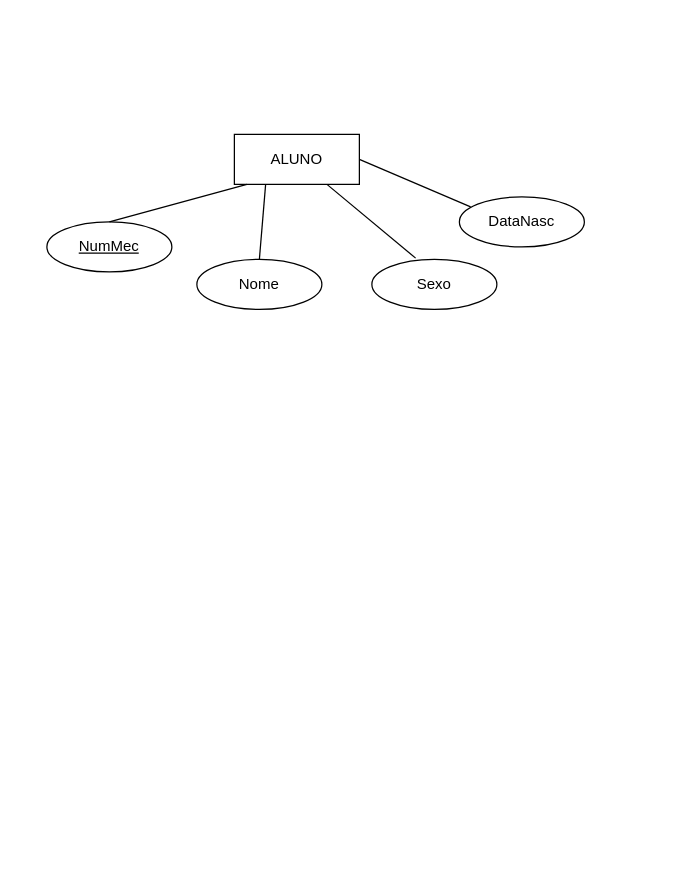
Earlier version of the draw.io diagram diagrama escolar.drawio (inescampos25/diagramaescolar). Source tidied: cells renumbered, new cells numbered last; positions are measured from the earlier drawing's top-left corner, leaving out a move shared by most shapes. Both pictures are drawn from the tidied source at 125%, with x=0, y=0 at pixel (46, 134).
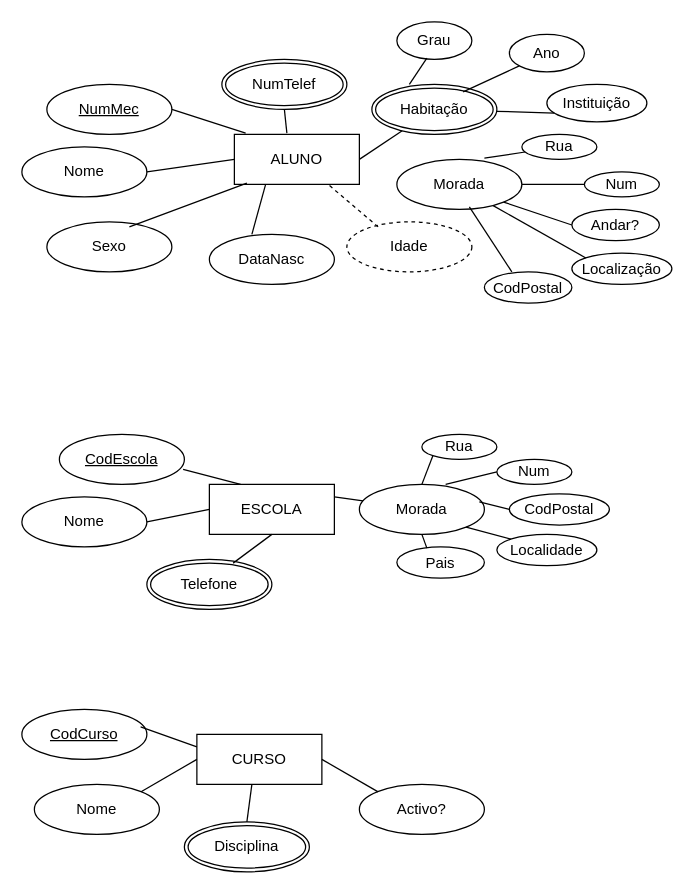
Above is the later version.

Unchanged cells that the change refers to:
```xml
<mxCell id="2" value="ALUNO" style="whiteSpace=wrap;html=1;align=center;" parent="1" vertex="1">
  <mxGeometry x="150" width="100" height="40" as="geometry" />
</mxCell>
```

Diff of the diagram source:
```diff
@@
     <mxCell id="3" value="Nome" style="ellipse;whiteSpace=wrap;html=1;align=center;" parent="1" vertex="1">
-      <mxGeometry x="120" y="100" width="100" height="40" as="geometry" />
+      <mxGeometry x="-20" y="10" width="100" height="40" as="geometry" />
     </mxCell>
     <mxCell id="4" value="NumMec" style="ellipse;whiteSpace=wrap;html=1;align=center;fontStyle=4;" parent="1" vertex="1">
-      <mxGeometry y="70" width="100" height="40" as="geometry" />
+      <mxGeometry y="-40" width="100" height="40" as="geometry" />
     </mxCell>
     <mxCell id="5" value="Sexo" style="ellipse;whiteSpace=wrap;html=1;align=center;" parent="1" vertex="1">
-      <mxGeometry x="260" y="100" width="100" height="40" as="geometry" />
+      <mxGeometry y="70" width="100" height="40" as="geometry" />
     </mxCell>
     <mxCell id="6" value="DataNasc" style="ellipse;whiteSpace=wrap;html=1;align=center;" parent="1" vertex="1">
-      <mxGeometry x="330" y="50" width="100" height="40" as="geometry" />
+      <mxGeometry x="130" y="80" width="100" height="40" as="geometry" />
     </mxCell>
-    <mxCell id="7" style="endArrow=none;html=1;rounded=0;entryX=0.25;entryY=1;entryDx=0;entryDy=0;exitX=0.5;exitY=0;exitDx=0;exitDy=0;" parent="1" edge="1" source="3" target="2">
+    <mxCell id="7" style="endArrow=none;html=1;rounded=0;entryX=0;entryY=0.5;entryDx=0;entryDy=0;exitX=1;exitY=0.5;exitDx=0;exitDy=0;" parent="1" edge="1" source="3" target="2">
       <mxGeometry relative="1" as="geometry" />
     </mxCell>
-    <mxCell id="8" style="endArrow=none;html=1;rounded=0;exitX=0.35;exitY=-0.025;exitDx=0;exitDy=0;exitPerimeter=0;" parent="1" edge="1" source="5" target="2">
+    <mxCell id="8" style="endArrow=none;html=1;rounded=0;exitX=0.66;exitY=0.1;exitDx=0;exitDy=0;exitPerimeter=0;entryX=0.1;entryY=0.975;entryDx=0;entryDy=0;entryPerimeter=0;" parent="1" edge="1" source="5" target="2">
       <mxGeometry relative="1" as="geometry" />
     </mxCell>
-    <mxCell id="9" style="endArrow=none;html=1;rounded=0;exitX=0.09;exitY=0.2;exitDx=0;exitDy=0;exitPerimeter=0;entryX=1;entryY=0.5;entryDx=0;entryDy=0;" parent="1" edge="1" source="6" target="2">
+    <mxCell id="9" style="endArrow=none;html=1;rounded=0;exitX=0.34;exitY=0;exitDx=0;exitDy=0;exitPerimeter=0;entryX=0.25;entryY=1;entryDx=0;entryDy=0;" parent="1" edge="1" source="6" target="2">
       <mxGeometry relative="1" as="geometry" />
     </mxCell>
-    <mxCell id="10" style="endArrow=none;html=1;rounded=0;entryX=0.1;entryY=1;entryDx=0;entryDy=0;entryPerimeter=0;exitX=0.5;exitY=0;exitDx=0;exitDy=0;" parent="1" edge="1" source="4" target="2">
+    <mxCell id="10" style="endArrow=none;html=1;rounded=0;entryX=0.09;entryY=-0.025;entryDx=0;entryDy=0;entryPerimeter=0;exitX=1;exitY=0.5;exitDx=0;exitDy=0;" parent="1" edge="1" source="4" target="2">
       <mxGeometry relative="1" as="geometry" />
     </mxCell>
+    <mxCell id="11" value="Idade" style="ellipse;whiteSpace=wrap;html=1;align=center;dashed=1;" parent="1" vertex="1">
+      <mxGeometry x="240" y="70" width="100" height="40" as="geometry" />
+    </mxCell>
+    <mxCell id="12" style="endArrow=none;html=1;rounded=0;exitX=0.25;exitY=0.1;exitDx=0;exitDy=0;exitPerimeter=0;entryX=0.75;entryY=1;entryDx=0;entryDy=0;dashed=1;" parent="1" edge="1" source="11" target="2">
+      <mxGeometry relative="1" as="geometry" />
+    </mxCell>
+    <mxCell id="13" value="NumTelef" style="ellipse;shape=doubleEllipse;margin=3;whiteSpace=wrap;html=1;align=center;" parent="1" vertex="1">
+      <mxGeometry x="140" y="-60" width="100" height="40" as="geometry" />
+    </mxCell>
+    <mxCell id="14" style="endArrow=none;html=1;rounded=0;entryX=0.42;entryY=-0.025;entryDx=0;entryDy=0;entryPerimeter=0;exitX=0.5;exitY=1;exitDx=0;exitDy=0;" parent="1" edge="1" source="13" target="2">
+      <mxGeometry relative="1" as="geometry" />
+    </mxCell>
+    <mxCell id="15" value="Habitação" style="ellipse;shape=doubleEllipse;margin=3;whiteSpace=wrap;html=1;align=center;" parent="1" vertex="1">
+      <mxGeometry x="260" y="-40" width="100" height="40" as="geometry" />
+    </mxCell>
+    <mxCell id="16" value="Grau" style="ellipse;whiteSpace=wrap;html=1;align=center;" parent="1" vertex="1">
+      <mxGeometry x="280" y="-90" width="60" height="30" as="geometry" />
+    </mxCell>
+    <mxCell id="17" value="Ano" style="ellipse;whiteSpace=wrap;html=1;align=center;" parent="1" vertex="1">
+      <mxGeometry x="370" y="-80" width="60" height="30" as="geometry" />
+    </mxCell>
+    <mxCell id="18" value="Instituição" style="ellipse;whiteSpace=wrap;html=1;align=center;" parent="1" vertex="1">
+      <mxGeometry x="400" y="-40" width="80" height="30" as="geometry" />
+    </mxCell>
+    <mxCell id="19" style="endArrow=none;html=1;rounded=0;exitX=1;exitY=0.5;exitDx=0;exitDy=0;" parent="1" edge="1" source="2" target="15">
+      <mxGeometry relative="1" as="geometry" />
+    </mxCell>
+    <mxCell id="20" style="endArrow=none;html=1;rounded=0;exitX=0.3;exitY=0;exitDx=0;exitDy=0;entryX=0.4;entryY=0.967;entryDx=0;entryDy=0;entryPerimeter=0;exitPerimeter=0;" parent="1" edge="1" source="15" target="16">
+      <mxGeometry relative="1" as="geometry" />
+    </mxCell>
+    <mxCell id="21" style="endArrow=none;html=1;rounded=0;exitX=0.73;exitY=0.15;exitDx=0;exitDy=0;exitPerimeter=0;" parent="1" edge="1" source="15" target="17">
+      <mxGeometry relative="1" as="geometry" />
+    </mxCell>
+    <mxCell id="22" style="endArrow=none;html=1;rounded=0;entryX=0.075;entryY=0.767;entryDx=0;entryDy=0;entryPerimeter=0;" parent="1" edge="1" source="15" target="18">
+      <mxGeometry relative="1" as="geometry" />
+    </mxCell>
+    <mxCell id="23" value="Morada" style="ellipse;whiteSpace=wrap;html=1;align=center;" parent="1" vertex="1">
+      <mxGeometry x="280" y="20" width="100" height="40" as="geometry" />
+    </mxCell>
+    <mxCell id="24" value="Rua" style="ellipse;whiteSpace=wrap;html=1;align=center;" parent="1" vertex="1">
+      <mxGeometry x="380" width="60" height="20" as="geometry" />
+    </mxCell>
+    <mxCell id="25" value="Num" style="ellipse;whiteSpace=wrap;html=1;align=center;" parent="1" vertex="1">
+      <mxGeometry x="430" y="30" width="60" height="20" as="geometry" />
+    </mxCell>
+    <mxCell id="26" value="Andar?" style="ellipse;whiteSpace=wrap;html=1;align=center;" parent="1" vertex="1">
+      <mxGeometry x="420" y="60" width="70" height="25" as="geometry" />
+    </mxCell>
+    <mxCell id="27" style="endArrow=none;html=1;rounded=0;exitX=0.7;exitY=-0.025;exitDx=0;exitDy=0;exitPerimeter=0;" parent="1" edge="1" source="23" target="24">
+      <mxGeometry relative="1" as="geometry" />
+    </mxCell>
+    <mxCell id="28" style="endArrow=none;html=1;rounded=0;entryX=0;entryY=0.5;entryDx=0;entryDy=0;exitX=1;exitY=0.5;exitDx=0;exitDy=0;" parent="1" edge="1" source="23" target="25">
+      <mxGeometry relative="1" as="geometry" />
+    </mxCell>
+    <mxCell id="29" style="endArrow=none;html=1;rounded=0;entryX=0;entryY=0.5;entryDx=0;entryDy=0;exitX=1;exitY=1;exitDx=0;exitDy=0;" parent="1" edge="1" source="23" target="26">
+      <mxGeometry relative="1" as="geometry" />
+    </mxCell>
+    <mxCell id="30" value="Localização" style="ellipse;whiteSpace=wrap;html=1;align=center;" parent="1" vertex="1">
+      <mxGeometry x="420" y="95" width="80" height="25" as="geometry" />
+    </mxCell>
+    <mxCell id="31" value="CodPostal" style="ellipse;whiteSpace=wrap;html=1;align=center;" parent="1" vertex="1">
+      <mxGeometry x="350" y="110" width="70" height="25" as="geometry" />
+    </mxCell>
+    <mxCell id="32" style="endArrow=none;html=1;rounded=0;entryX=0;entryY=0;entryDx=0;entryDy=0;exitX=0.77;exitY=0.925;exitDx=0;exitDy=0;exitPerimeter=0;" parent="1" edge="1" source="23" target="30">
+      <mxGeometry relative="1" as="geometry" />
+    </mxCell>
+    <mxCell id="33" style="endArrow=none;html=1;rounded=0;entryX=0.314;entryY=0;entryDx=0;entryDy=0;exitX=0.58;exitY=0.95;exitDx=0;exitDy=0;exitPerimeter=0;entryPerimeter=0;" parent="1" edge="1" source="23" target="31">
+      <mxGeometry relative="1" as="geometry" />
+    </mxCell>
+    <mxCell id="34" value="ESCOLA" style="whiteSpace=wrap;html=1;align=center;" parent="1" vertex="1">
+      <mxGeometry x="130" y="280" width="100" height="40" as="geometry" />
+    </mxCell>
+    <mxCell id="35" value="CodEscola" style="ellipse;whiteSpace=wrap;html=1;align=center;fontStyle=4;" parent="1" vertex="1">
+      <mxGeometry x="10" y="240" width="100" height="40" as="geometry" />
+    </mxCell>
+    <mxCell id="36" value="Nome" style="ellipse;whiteSpace=wrap;html=1;align=center;" parent="1" vertex="1">
+      <mxGeometry x="-20" y="290" width="100" height="40" as="geometry" />
+    </mxCell>
+    <mxCell id="37" value="Telefone" style="ellipse;shape=doubleEllipse;margin=3;whiteSpace=wrap;html=1;align=center;" parent="1" vertex="1">
+      <mxGeometry x="80" y="340" width="100" height="40" as="geometry" />
+    </mxCell>
+    <mxCell id="38" value="Morada" style="ellipse;whiteSpace=wrap;html=1;align=center;" parent="1" vertex="1">
+      <mxGeometry x="250" y="280" width="100" height="40" as="geometry" />
+    </mxCell>
+    <mxCell id="39" value="Rua" style="ellipse;whiteSpace=wrap;html=1;align=center;" parent="1" vertex="1">
+      <mxGeometry x="300" y="240" width="60" height="20" as="geometry" />
+    </mxCell>
+    <mxCell id="40" value="Num" style="ellipse;whiteSpace=wrap;html=1;align=center;" parent="1" vertex="1">
+      <mxGeometry x="360" y="260" width="60" height="20" as="geometry" />
+    </mxCell>
+    <mxCell id="41" value="CodPostal" style="ellipse;whiteSpace=wrap;html=1;align=center;" parent="1" vertex="1">
+      <mxGeometry x="370" y="287.5" width="80" height="25" as="geometry" />
+    </mxCell>
+    <mxCell id="42" value="Localidade" style="ellipse;whiteSpace=wrap;html=1;align=center;" parent="1" vertex="1">
+      <mxGeometry x="360" y="320" width="80" height="25" as="geometry" />
+    </mxCell>
+    <mxCell id="43" value="Pais" style="ellipse;whiteSpace=wrap;html=1;align=center;" parent="1" vertex="1">
+      <mxGeometry x="280" y="330" width="70" height="25" as="geometry" />
+    </mxCell>
+    <mxCell id="44" value="CURSO" style="whiteSpace=wrap;html=1;align=center;" parent="1" vertex="1">
+      <mxGeometry x="120" y="480" width="100" height="40" as="geometry" />
+    </mxCell>
+    <mxCell id="45" value="CodCurso" style="ellipse;whiteSpace=wrap;html=1;align=center;fontStyle=4;" parent="1" vertex="1">
+      <mxGeometry x="-20" y="460" width="100" height="40" as="geometry" />
+    </mxCell>
+    <mxCell id="46" value="Nome" style="ellipse;whiteSpace=wrap;html=1;align=center;" parent="1" vertex="1">
+      <mxGeometry x="-10" y="520" width="100" height="40" as="geometry" />
+    </mxCell>
+    <mxCell id="47" value="Disciplina" style="ellipse;shape=doubleEllipse;margin=3;whiteSpace=wrap;html=1;align=center;" parent="1" vertex="1">
+      <mxGeometry x="110" y="550" width="100" height="40" as="geometry" />
+    </mxCell>
+    <mxCell id="48" value="Activo?" style="ellipse;whiteSpace=wrap;html=1;align=center;" parent="1" vertex="1">
+      <mxGeometry x="250" y="520" width="100" height="40" as="geometry" />
+    </mxCell>
+    <mxCell id="49" style="endArrow=none;html=1;rounded=0;entryX=0.25;entryY=0;entryDx=0;entryDy=0;exitX=0.99;exitY=0.7;exitDx=0;exitDy=0;exitPerimeter=0;" parent="1" edge="1" source="35" target="34">
+      <mxGeometry relative="1" as="geometry" />
+    </mxCell>
+    <mxCell id="50" style="endArrow=none;html=1;rounded=0;exitX=1;exitY=0.25;exitDx=0;exitDy=0;" parent="1" edge="1" source="34" target="38">
+      <mxGeometry relative="1" as="geometry" />
+    </mxCell>
+    <mxCell id="51" style="endArrow=none;html=1;rounded=0;entryX=0.5;entryY=1;entryDx=0;entryDy=0;exitX=0.69;exitY=0.075;exitDx=0;exitDy=0;exitPerimeter=0;" parent="1" edge="1" source="37" target="34">
+      <mxGeometry relative="1" as="geometry" />
+    </mxCell>
+    <mxCell id="52" style="endArrow=none;html=1;rounded=0;entryX=0;entryY=0.5;entryDx=0;entryDy=0;exitX=1;exitY=0.5;exitDx=0;exitDy=0;" parent="1" edge="1" source="36" target="34">
+      <mxGeometry relative="1" as="geometry" />
+    </mxCell>
+    <mxCell id="53" style="endArrow=none;html=1;rounded=0;exitX=0;exitY=1;exitDx=0;exitDy=0;entryX=0.5;entryY=0;entryDx=0;entryDy=0;" parent="1" edge="1" source="39" target="38">
+      <mxGeometry relative="1" as="geometry" />
+    </mxCell>
+    <mxCell id="54" style="endArrow=none;html=1;rounded=0;exitX=0.5;exitY=1;exitDx=0;exitDy=0;entryX=0.343;entryY=0.04;entryDx=0;entryDy=0;entryPerimeter=0;" parent="1" edge="1" source="38" target="43">
+      <mxGeometry relative="1" as="geometry" />
+    </mxCell>
+    <mxCell id="55" style="endArrow=none;html=1;rounded=0;exitX=0;exitY=0.5;exitDx=0;exitDy=0;entryX=0.69;entryY=0;entryDx=0;entryDy=0;entryPerimeter=0;" parent="1" edge="1" source="40" target="38">
+      <mxGeometry relative="1" as="geometry" />
+    </mxCell>
+    <mxCell id="56" style="endArrow=none;html=1;rounded=0;exitX=0;exitY=0.5;exitDx=0;exitDy=0;entryX=0.96;entryY=0.35;entryDx=0;entryDy=0;entryPerimeter=0;" parent="1" edge="1" source="41" target="38">
+      <mxGeometry relative="1" as="geometry" />
+    </mxCell>
+    <mxCell id="57" style="endArrow=none;html=1;rounded=0;exitX=0;exitY=0;exitDx=0;exitDy=0;entryX=1;entryY=1;entryDx=0;entryDy=0;" parent="1" edge="1" source="42" target="38">
+      <mxGeometry relative="1" as="geometry" />
+    </mxCell>
+    <mxCell id="58" style="endArrow=none;html=1;rounded=0;entryX=0;entryY=0.25;entryDx=0;entryDy=0;exitX=0.95;exitY=0.35;exitDx=0;exitDy=0;exitPerimeter=0;" parent="1" edge="1" source="45" target="44">
+      <mxGeometry relative="1" as="geometry" />
+    </mxCell>
+    <mxCell id="59" style="endArrow=none;html=1;rounded=0;entryX=0;entryY=0.5;entryDx=0;entryDy=0;exitX=1;exitY=0;exitDx=0;exitDy=0;" parent="1" edge="1" source="46" target="44">
+      <mxGeometry relative="1" as="geometry" />
+    </mxCell>
+    <mxCell id="60" style="endArrow=none;html=1;rounded=0;entryX=0.44;entryY=1;entryDx=0;entryDy=0;exitX=0.5;exitY=0;exitDx=0;exitDy=0;entryPerimeter=0;" parent="1" edge="1" source="47" target="44">
+      <mxGeometry relative="1" as="geometry" />
+    </mxCell>
+    <mxCell id="61" style="endArrow=none;html=1;rounded=0;entryX=1;entryY=0.5;entryDx=0;entryDy=0;" parent="1" edge="1" target="44">
+      <mxGeometry relative="1" as="geometry">
+        <mxPoint x="265" y="526" as="sourcePoint" />
+      </mxGeometry>
+    </mxCell>
```
